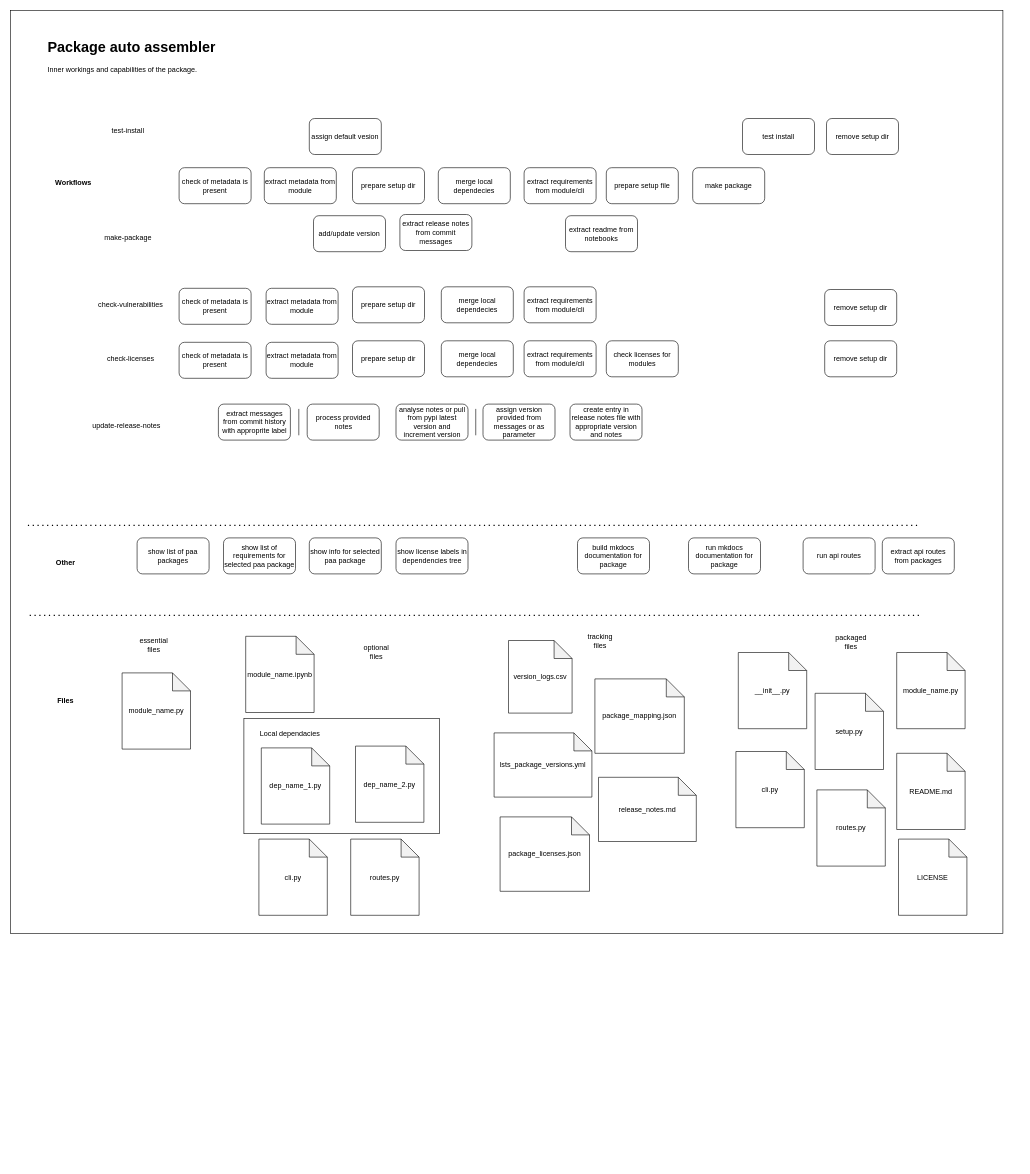
Kiril-Mordan/reusables keeps this draw.io diagram as page "flow" (2 of 2) of drawio/package_auto_assembler.drawio. Above is the earlier version. Source tidied: cells renumbered, new cells numbered last; positions are measured from the earlier drawing's top-left corner, leaving out a move shared by most shapes. Both pictures are drawn from the tidied source at 60%, with x=0, y=0 at pixel (10, 10).
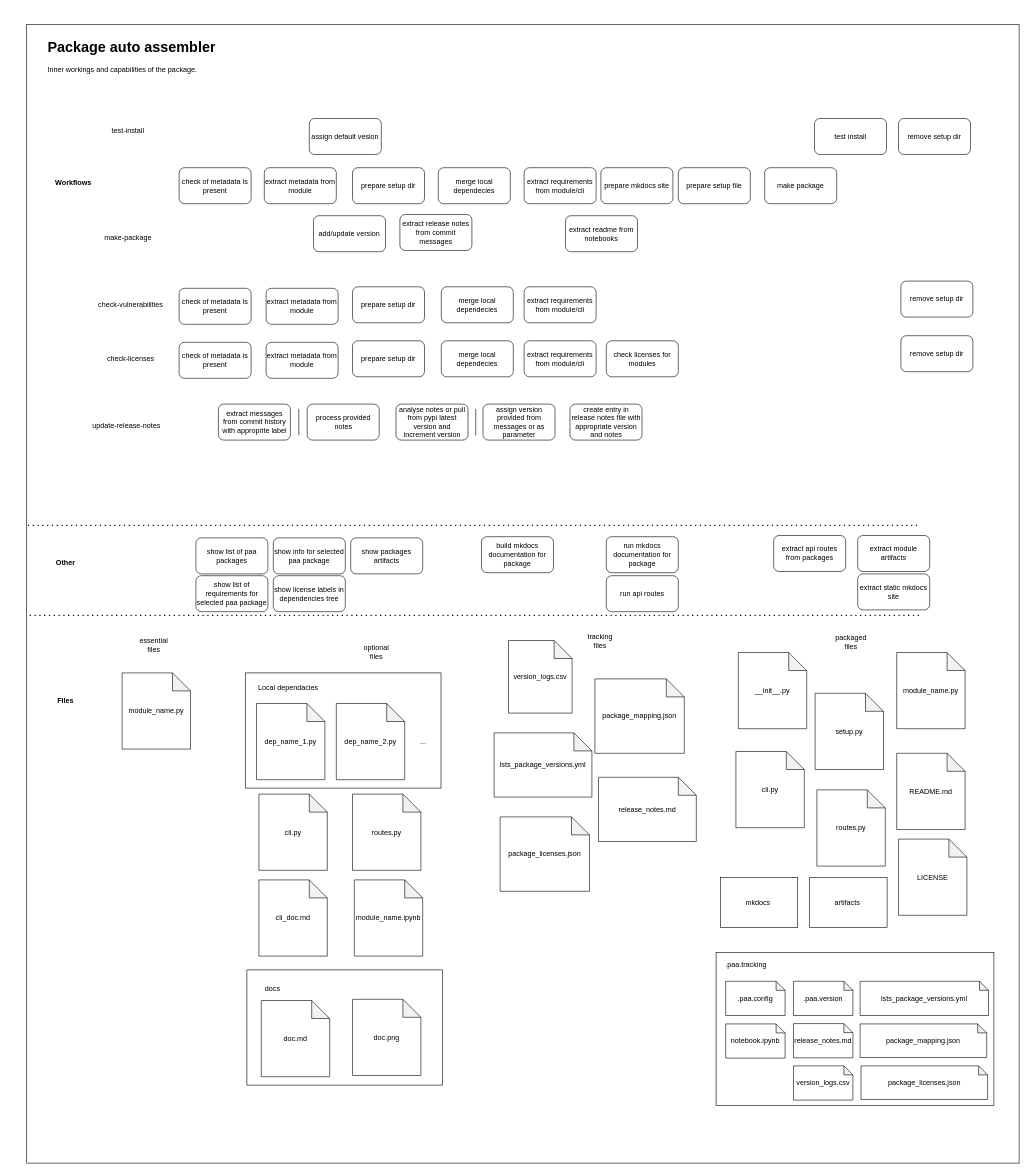
The same diagram, later.

Commit message (it also covers changes not shown here):
[package_auto_assembler] additional cli tools to show and extract packaged artifacts; additional cli tool to extract mkdocs site

What changed in the source:
```diff
@@
     <mxCell id="2" style="rounded=0;whiteSpace=wrap;html=1;" parent="1" vertex="1">
-      <mxGeometry width="1654" height="1538" as="geometry" />
+      <mxGeometry x="27" y="23" width="1654" height="1898" as="geometry" />
     </mxCell>
@@
     <mxCell id="7" style="rounded=0;whiteSpace=wrap;html=1;" parent="1" vertex="1">
-      <mxGeometry x="389" y="1180" width="326" height="192" as="geometry" />
+      <mxGeometry x="391.5" y="1104" width="326" height="192" as="geometry" />
     </mxCell>
     <mxCell id="8" value="dep_name_1.py" style="shape=note;whiteSpace=wrap;html=1;backgroundOutline=1;darkOpacity=0.05;" parent="1" vertex="1">
-      <mxGeometry x="418" y="1229" width="114" height="127" as="geometry" />
+      <mxGeometry x="410" y="1155" width="114" height="127" as="geometry" />
     </mxCell>
     <mxCell id="9" value="dep_name_2.py" style="shape=note;whiteSpace=wrap;html=1;backgroundOutline=1;darkOpacity=0.05;" parent="1" vertex="1">
-      <mxGeometry x="575" y="1226" width="114" height="127" as="geometry" />
+      <mxGeometry x="543" y="1155" width="114" height="127" as="geometry" />
     </mxCell>
     <mxCell id="10" value="Local dependacies" style="text;html=1;align=center;verticalAlign=middle;whiteSpace=wrap;rounded=0;" parent="1" vertex="1">
-      <mxGeometry x="397" y="1190" width="138" height="29" as="geometry" />
+      <mxGeometry x="394" y="1114" width="138" height="29" as="geometry" />
     </mxCell>
     <mxCell id="11" value="module_name.ipynb" style="shape=note;whiteSpace=wrap;html=1;backgroundOutline=1;darkOpacity=0.05;" parent="1" vertex="1">
-      <mxGeometry x="392" y="1043" width="114" height="127" as="geometry" />
+      <mxGeometry x="573" y="1449" width="114" height="127" as="geometry" />
     </mxCell>
     <mxCell id="12" value="build mkdocs documentation for package" style="rounded=1;whiteSpace=wrap;html=1;" parent="1" vertex="1">
-      <mxGeometry x="945" y="879" width="120" height="60" as="geometry" />
+      <mxGeometry x="785" y="877" width="120" height="60" as="geometry" />
     </mxCell>
@@
     <mxCell id="19" value="prepare setup file" style="rounded=1;whiteSpace=wrap;html=1;" parent="1" vertex="1">
-      <mxGeometry x="993" y="262" width="120" height="60" as="geometry" />
+      <mxGeometry x="1113" y="262" width="120" height="60" as="geometry" />
     </mxCell>
     <mxCell id="20" value="make package" style="rounded=1;whiteSpace=wrap;html=1;" parent="1" vertex="1">
-      <mxGeometry x="1137" y="262" width="120" height="60" as="geometry" />
+      <mxGeometry x="1257" y="262" width="120" height="60" as="geometry" />
     </mxCell>
     <mxCell id="21" value="test install" style="rounded=1;whiteSpace=wrap;html=1;" parent="1" vertex="1">
-      <mxGeometry x="1220" y="180" width="120" height="60" as="geometry" />
+      <mxGeometry x="1340" y="180" width="120" height="60" as="geometry" />
     </mxCell>
@@
     <mxCell id="31" value="run mkdocs documentation for package" style="rounded=1;whiteSpace=wrap;html=1;" parent="1" vertex="1">
-      <mxGeometry x="1130" y="879" width="120" height="60" as="geometry" />
+      <mxGeometry x="993" y="877" width="120" height="60" as="geometry" />
     </mxCell>
@@
     <mxCell id="43" value="remove setup dir" style="rounded=1;whiteSpace=wrap;html=1;" parent="1" vertex="1">
-      <mxGeometry x="1357" y="465" width="120" height="60" as="geometry" />
+      <mxGeometry x="1484" y="451" width="120" height="60" as="geometry" />
     </mxCell>
@@
     <mxCell id="59" value="show list of paa packages" style="rounded=1;whiteSpace=wrap;html=1;" parent="1" vertex="1">
-      <mxGeometry x="211" y="879" width="120" height="60" as="geometry" />
+      <mxGeometry x="309" y="879" width="120" height="60" as="geometry" />
     </mxCell>
     <mxCell id="60" value="show list of requirements for selected paa package" style="rounded=1;whiteSpace=wrap;html=1;" parent="1" vertex="1">
-      <mxGeometry x="355" y="879" width="120" height="60" as="geometry" />
+      <mxGeometry x="309" y="942" width="120" height="60" as="geometry" />
     </mxCell>
     <mxCell id="61" value="show info for selected paa package" style="rounded=1;whiteSpace=wrap;html=1;" parent="1" vertex="1">
-      <mxGeometry x="498" y="879" width="120" height="60" as="geometry" />
+      <mxGeometry x="438" y="879" width="120" height="60" as="geometry" />
     </mxCell>
@@
     <mxCell id="68" value="remove setup dir" style="rounded=1;whiteSpace=wrap;html=1;" parent="1" vertex="1">
-      <mxGeometry x="1357" y="550.5" width="120" height="60" as="geometry" />
+      <mxGeometry x="1484" y="542" width="120" height="60" as="geometry" />
     </mxCell>
     <mxCell id="69" value="remove setup dir" style="rounded=1;whiteSpace=wrap;html=1;" parent="1" vertex="1">
-      <mxGeometry x="1360" y="180" width="120" height="60" as="geometry" />
+      <mxGeometry x="1480" y="180" width="120" height="60" as="geometry" />
     </mxCell>
@@
     <mxCell id="71" value="show license labels in dependencies tree" style="rounded=1;whiteSpace=wrap;html=1;" parent="1" vertex="1">
-      <mxGeometry x="642.5" y="879" width="120" height="60" as="geometry" />
+      <mxGeometry x="438" y="942" width="120" height="60" as="geometry" />
     </mxCell>
@@
     <mxCell id="73" value="run api routes" style="rounded=1;whiteSpace=wrap;html=1;" parent="1" vertex="1">
-      <mxGeometry x="1321" y="879" width="120" height="60" as="geometry" />
+      <mxGeometry x="993" y="942" width="120" height="60" as="geometry" />
     </mxCell>
     <mxCell id="74" value="extract api routes from packages" style="rounded=1;whiteSpace=wrap;html=1;" parent="1" vertex="1">
-      <mxGeometry x="1453" y="879" width="120" height="60" as="geometry" />
+      <mxGeometry x="1272" y="875" width="120" height="60" as="geometry" />
     </mxCell>
@@
     <mxCell id="77" value="cli.py" style="shape=note;whiteSpace=wrap;html=1;backgroundOutline=1;darkOpacity=0.05;" parent="1" vertex="1">
-      <mxGeometry x="414" y="1381" width="114" height="127" as="geometry" />
+      <mxGeometry x="414" y="1306" width="114" height="127" as="geometry" />
     </mxCell>
     <mxCell id="78" value="routes.py" style="shape=note;whiteSpace=wrap;html=1;backgroundOutline=1;darkOpacity=0.05;" parent="1" vertex="1">
-      <mxGeometry x="567" y="1381" width="114" height="127" as="geometry" />
+      <mxGeometry x="570" y="1306" width="114" height="127" as="geometry" />
     </mxCell>
+    <mxCell id="79" style="rounded=0;whiteSpace=wrap;html=1;" parent="1" vertex="1">
+      <mxGeometry x="1176" y="1570" width="463" height="255" as="geometry" />
+    </mxCell>
+    <mxCell id="80" value=".paa.tracking" style="text;html=1;align=center;verticalAlign=middle;whiteSpace=wrap;rounded=0;" parent="1" vertex="1">
+      <mxGeometry x="1184" y="1576" width="84" height="28" as="geometry" />
+    </mxCell>
+    <mxCell id="81" value=".paa.config" style="shape=note;whiteSpace=wrap;html=1;backgroundOutline=1;darkOpacity=0.05;size=15;" parent="1" vertex="1">
+      <mxGeometry x="1192" y="1618" width="99" height="57" as="geometry" />
+    </mxCell>
+    <mxCell id="82" value="notebook.ipynb" style="shape=note;whiteSpace=wrap;html=1;backgroundOutline=1;darkOpacity=0.05;size=15;" parent="1" vertex="1">
+      <mxGeometry x="1192" y="1689" width="99" height="57" as="geometry" />
+    </mxCell>
+    <mxCell id="83" value=".paa.version" style="shape=note;whiteSpace=wrap;html=1;backgroundOutline=1;darkOpacity=0.05;size=15;" parent="1" vertex="1">
+      <mxGeometry x="1305" y="1618" width="99" height="57" as="geometry" />
+    </mxCell>
+    <mxCell id="84" value="package_licenses.json" style="shape=note;whiteSpace=wrap;html=1;backgroundOutline=1;darkOpacity=0.05;size=15;" parent="1" vertex="1">
+      <mxGeometry x="1417.5" y="1759" width="211" height="56" as="geometry" />
+    </mxCell>
+    <mxCell id="85" value="package_mapping.json" style="shape=note;whiteSpace=wrap;html=1;backgroundOutline=1;darkOpacity=0.05;size=15;" parent="1" vertex="1">
+      <mxGeometry x="1416" y="1689" width="211" height="56" as="geometry" />
+    </mxCell>
+    <mxCell id="86" value="release_notes.md" style="shape=note;whiteSpace=wrap;html=1;backgroundOutline=1;darkOpacity=0.05;size=15;" parent="1" vertex="1">
+      <mxGeometry x="1305" y="1688.5" width="99" height="57" as="geometry" />
+    </mxCell>
+    <mxCell id="87" value="lsts_package_versions.yml" style="shape=note;whiteSpace=wrap;html=1;backgroundOutline=1;darkOpacity=0.05;size=15;" parent="1" vertex="1">
+      <mxGeometry x="1416" y="1618" width="214" height="57" as="geometry" />
+    </mxCell>
+    <mxCell id="88" value="version_logs.csv" style="shape=note;whiteSpace=wrap;html=1;backgroundOutline=1;darkOpacity=0.05;size=15;" parent="1" vertex="1">
+      <mxGeometry x="1305" y="1759" width="99" height="57" as="geometry" />
+    </mxCell>
+    <mxCell id="89" style="rounded=0;whiteSpace=wrap;html=1;" parent="1" vertex="1">
+      <mxGeometry x="1183" y="1445" width="129" height="83" as="geometry" />
+    </mxCell>
+    <mxCell id="90" value="mkdocs" style="text;html=1;align=center;verticalAlign=middle;whiteSpace=wrap;rounded=0;" parent="1" vertex="1">
+      <mxGeometry x="1216" y="1471.5" width="60" height="30" as="geometry" />
+    </mxCell>
+    <mxCell id="91" style="rounded=0;whiteSpace=wrap;html=1;" parent="1" vertex="1">
+      <mxGeometry x="1332" y="1445" width="129" height="83" as="geometry" />
+    </mxCell>
+    <mxCell id="92" value="artifacts" style="text;html=1;align=center;verticalAlign=middle;whiteSpace=wrap;rounded=0;" parent="1" vertex="1">
+      <mxGeometry x="1365" y="1471.5" width="60" height="30" as="geometry" />
+    </mxCell>
+    <mxCell id="93" value="cli_doc.md" style="shape=note;whiteSpace=wrap;html=1;backgroundOutline=1;darkOpacity=0.05;" parent="1" vertex="1">
+      <mxGeometry x="414" y="1449" width="114" height="127" as="geometry" />
+    </mxCell>
+    <mxCell id="94" value="..." style="text;html=1;align=center;verticalAlign=middle;whiteSpace=wrap;rounded=0;" parent="1" vertex="1">
+      <mxGeometry x="658" y="1201.5" width="60" height="34" as="geometry" />
+    </mxCell>
+    <mxCell id="95" style="rounded=0;whiteSpace=wrap;html=1;" parent="1" vertex="1">
+      <mxGeometry x="394" y="1599" width="326" height="192" as="geometry" />
+    </mxCell>
+    <mxCell id="96" value="docs" style="text;html=1;align=center;verticalAlign=middle;whiteSpace=wrap;rounded=0;" parent="1" vertex="1">
+      <mxGeometry x="407" y="1615" width="60" height="30" as="geometry" />
+    </mxCell>
+    <mxCell id="97" value="doc.md" style="shape=note;whiteSpace=wrap;html=1;backgroundOutline=1;darkOpacity=0.05;" parent="1" vertex="1">
+      <mxGeometry x="418" y="1650" width="114" height="127" as="geometry" />
+    </mxCell>
+    <mxCell id="98" value="doc.png" style="shape=note;whiteSpace=wrap;html=1;backgroundOutline=1;darkOpacity=0.05;" parent="1" vertex="1">
+      <mxGeometry x="570" y="1648" width="114" height="127" as="geometry" />
+    </mxCell>
+    <mxCell id="99" value="show packages artifacts" style="rounded=1;whiteSpace=wrap;html=1;" parent="1" vertex="1">
+      <mxGeometry x="567" y="879" width="120" height="60" as="geometry" />
+    </mxCell>
+    <mxCell id="100" value="extract module artifacts" style="rounded=1;whiteSpace=wrap;html=1;" parent="1" vertex="1">
+      <mxGeometry x="1412" y="875" width="120" height="60" as="geometry" />
+    </mxCell>
+    <mxCell id="101" value="extract static mkdocs site" style="rounded=1;whiteSpace=wrap;html=1;" parent="1" vertex="1">
+      <mxGeometry x="1412" y="939" width="120" height="60" as="geometry" />
+    </mxCell>
+    <mxCell id="102" value="prepare mkdocs site" style="rounded=1;whiteSpace=wrap;html=1;" parent="1" vertex="1">
+      <mxGeometry x="984" y="262" width="120" height="60" as="geometry" />
+    </mxCell>
```
